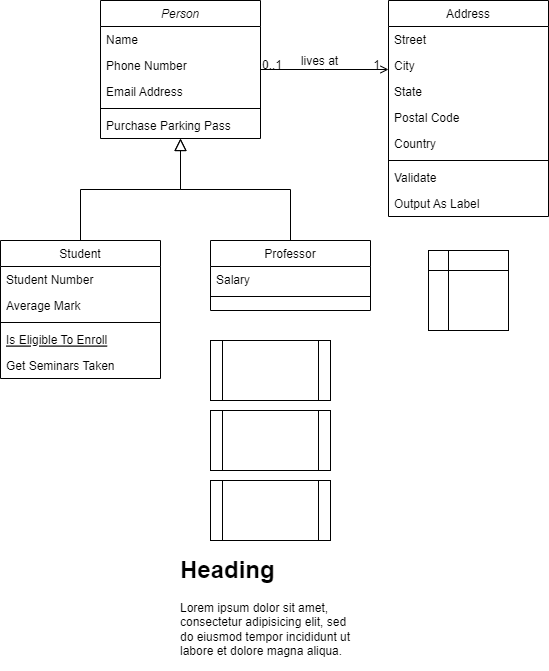
This is 测试01.png from LuoShanHui/testDemo, a draw.io export, as it was before one commit. Source tidied: cells renumbered, new cells last; positions are measured from the earlier drawing's top-left corner, leaving out a move shared by most shapes.
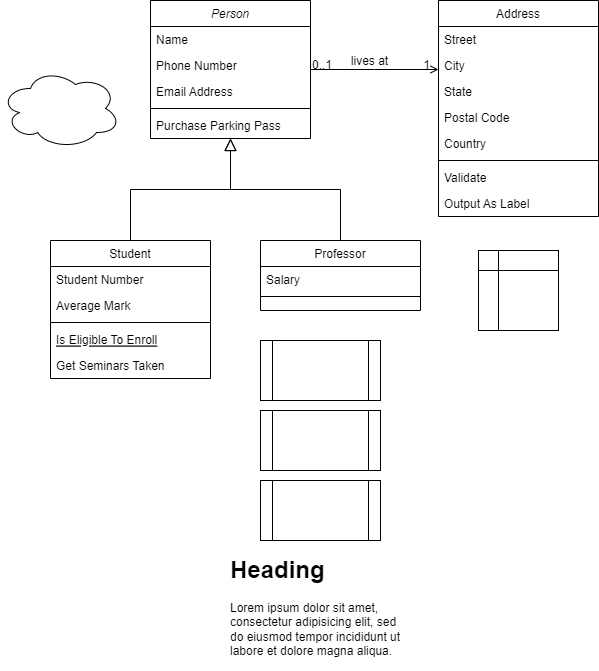
After the commit.

Change to the diagram source:
```diff
@@ -115,5 +115,8 @@
     <mxCell id="36" value="&lt;h1&gt;Heading&lt;/h1&gt;&lt;p&gt;Lorem ipsum dolor sit amet, consectetur adipisicing elit, sed do eiusmod tempor incididunt ut labore et dolore magna aliqua.&lt;/p&gt;" style="text;html=1;strokeColor=none;fillColor=none;spacing=5;spacingTop=-20;whiteSpace=wrap;overflow=hidden;rounded=0;" parent="1" vertex="1">
       <mxGeometry x="175" y="550" width="190" height="120" as="geometry" />
     </mxCell>
+    <mxCell id="37" style="ellipse;shape=cloud;whiteSpace=wrap;html=1;" parent="1" vertex="1">
+      <mxGeometry x="-50" y="68" width="120" height="80" as="geometry" />
+    </mxCell>
   </root>
 </mxGraphModel>
```
